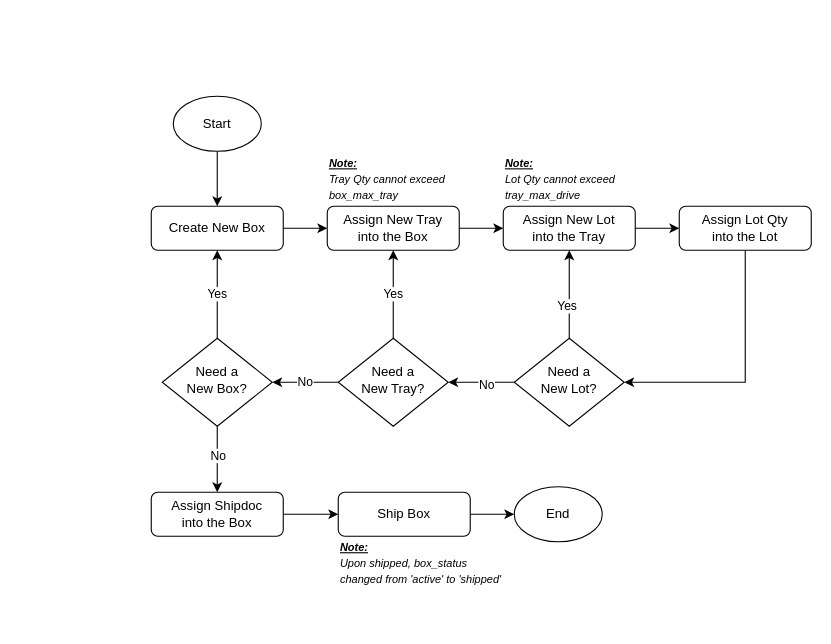
jiajunlee19/react-next-app-packing keeps this draw.io diagram as Misc/flowchart.drawio. Above is the earlier version. Source tidied: cells renumbered, new cells numbered last; positions are measured from the earlier drawing's top-left corner, leaving out a move shared by most shapes. Both pictures are drawn from the tidied source at 110%, with x=0, y=0 at pixel (151, 96).
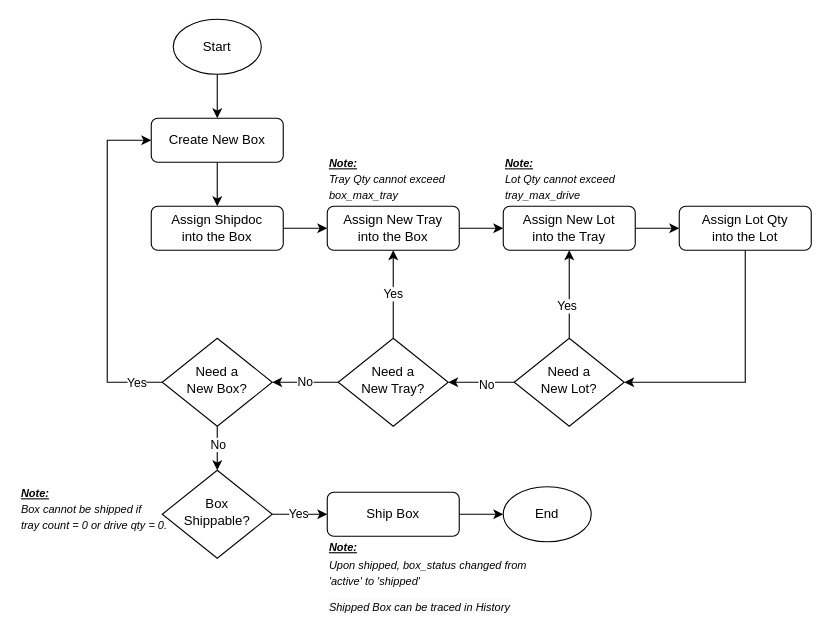
Above is the later version.

The change refers to these unchanged cells:
```xml
<mxCell id="7" value="Need a &lt;br&gt;New Box?" style="rhombus;whiteSpace=wrap;html=1;shadow=0;fontFamily=Helvetica;fontSize=12;align=center;strokeWidth=1;spacing=6;spacingTop=-4;" parent="1" vertex="1">
  <mxGeometry x="10" y="220" width="100" height="80" as="geometry" />
</mxCell>
<mxCell id="11" value="Assign New Tray &lt;br&gt;into the Box" style="rounded=1;whiteSpace=wrap;html=1;fontSize=12;glass=0;strokeWidth=1;shadow=0;" parent="1" vertex="1">
  <mxGeometry x="160" y="100" width="120" height="40" as="geometry" />
</mxCell>
```

Change to the diagram source:
```diff
@@
-    <mxCell id="2" style="edgeStyle=orthogonalEdgeStyle;rounded=0;jettySize=auto;html=1;" parent="1" edge="1" source="3" target="11">
-      <mxGeometry relative="1" as="geometry" />
-    </mxCell>
+    <mxCell id="32" style="edgeStyle=orthogonalEdgeStyle;rounded=0;jettySize=auto;html=1;" parent="1" edge="1" source="3" target="26">
+      <mxGeometry relative="1" as="geometry" />
+    </mxCell>
     <mxCell id="3" value="Create New Box" style="rounded=1;whiteSpace=wrap;html=1;fontSize=12;glass=0;strokeWidth=1;shadow=0;" parent="1" vertex="1">
-      <mxGeometry y="100" width="120" height="40" as="geometry" />
+      <mxGeometry y="20" width="120" height="40" as="geometry" />
     </mxCell>
-    <mxCell id="4" value="Yes" style="edgeStyle=orthogonalEdgeStyle;rounded=0;jettySize=auto;html=1;entryX=0.5;entryY=1;entryDx=0;entryDy=0;" parent="1" edge="1" source="7" target="3">
-      <mxGeometry relative="1" as="geometry" />
+    <mxCell id="4" style="edgeStyle=orthogonalEdgeStyle;rounded=0;jettySize=auto;html=1;entryX=0;entryY=0.5;entryDx=0;entryDy=0;" parent="1" edge="1" source="7" target="3">
+      <mxGeometry relative="1" as="geometry">
+        <Array as="points">
+          <mxPoint x="-40" y="260" />
+          <mxPoint x="-40" y="40" />
+        </Array>
+      </mxGeometry>
     </mxCell>
-    <mxCell id="5" style="edgeStyle=orthogonalEdgeStyle;rounded=0;jettySize=auto;html=1;" parent="1" edge="1" source="7" target="26">
-      <mxGeometry relative="1" as="geometry" />
-    </mxCell>
+    <mxCell id="33" value="Yes" style="edgeLabel;html=1;align=center;verticalAlign=middle;" parent="4" vertex="1">
+      <mxGeometry x="-0.87" y="-1" relative="1" as="geometry">
+        <mxPoint x="-4" y="1" as="offset" />
+      </mxGeometry>
+    </mxCell>
+    <mxCell id="34" style="edgeStyle=orthogonalEdgeStyle;rounded=0;jettySize=auto;html=1;" parent="1" edge="1" source="7" target="38">
+      <mxGeometry relative="1" as="geometry" />
+    </mxCell>
-    <mxCell id="6" value="No" style="edgeLabel;html=1;align=center;verticalAlign=middle;" parent="5" vertex="1">
-      <mxGeometry x="-0.13" relative="1" as="geometry" />
+    <mxCell id="6" value="No" style="edgeLabel;html=1;align=center;verticalAlign=middle;" parent="34" vertex="1">
+      <mxGeometry x="-0.19" relative="1" as="geometry" />
     </mxCell>
@@
     <mxCell id="9" value="Start" style="ellipse;whiteSpace=wrap;html=1;" parent="1" vertex="1">
-      <mxGeometry x="20" width="80" height="50" as="geometry" />
+      <mxGeometry x="20" y="-70" width="80" height="50" as="geometry" />
     </mxCell>
@@
     <mxCell id="19" value="End" style="ellipse;whiteSpace=wrap;html=1;" parent="1" vertex="1">
-      <mxGeometry x="330" y="355" width="80" height="50" as="geometry" />
+      <mxGeometry x="320" y="355" width="80" height="50" as="geometry" />
     </mxCell>
@@
-    <mxCell id="25" style="edgeStyle=orthogonalEdgeStyle;rounded=0;jettySize=auto;html=1;" parent="1" edge="1" source="26">
-      <mxGeometry relative="1" as="geometry">
-        <mxPoint x="170" y="380" as="targetPoint" />
-      </mxGeometry>
-    </mxCell>
+    <mxCell id="35" style="edgeStyle=orthogonalEdgeStyle;rounded=0;jettySize=auto;html=1;entryX=0;entryY=0.5;entryDx=0;entryDy=0;" parent="1" edge="1" source="26" target="11">
+      <mxGeometry relative="1" as="geometry" />
+    </mxCell>
     <mxCell id="26" value="Assign Shipdoc&lt;br&gt;into the Box" style="rounded=1;whiteSpace=wrap;html=1;fontSize=12;glass=0;strokeWidth=1;shadow=0;" parent="1" vertex="1">
-      <mxGeometry y="360" width="120" height="40" as="geometry" />
+      <mxGeometry y="100" width="120" height="40" as="geometry" />
     </mxCell>
@@
-    <mxCell id="29" value="&lt;i&gt;&lt;font style=&quot;font-size: 10px;&quot;&gt;&lt;u style=&quot;&quot;&gt;&lt;b&gt;Note: &lt;/b&gt;&lt;/u&gt;&lt;br&gt;Upon shipped, box_status changed from 'active' to 'shipped'&lt;br&gt;&lt;/font&gt;&lt;/i&gt;" style="text;html=1;strokeColor=none;fillColor=none;align=left;verticalAlign=middle;whiteSpace=wrap;rounded=0;" parent="1" vertex="1">
-      <mxGeometry x="170" y="399" width="150" height="50" as="geometry" />
+    <mxCell id="29" value="&lt;p style=&quot;line-height: 120%;&quot;&gt;&lt;i&gt;&lt;font style=&quot;font-size: 10px;&quot;&gt;&lt;u style=&quot;&quot;&gt;&lt;b&gt;Note: &lt;/b&gt;&lt;/u&gt;&lt;br&gt;Upon shipped, box_status changed from 'active' to 'shipped'&lt;br&gt;&lt;/font&gt;&lt;/i&gt;&lt;/p&gt;" style="text;html=1;strokeColor=none;fillColor=none;align=left;verticalAlign=middle;whiteSpace=wrap;rounded=0;" parent="1" vertex="1">
+      <mxGeometry x="160" y="390" width="200" height="71" as="geometry" />
     </mxCell>
@@
     <mxCell id="31" value="Ship Box" style="rounded=1;whiteSpace=wrap;html=1;fontSize=12;glass=0;strokeWidth=1;shadow=0;" parent="1" vertex="1">
-      <mxGeometry x="170" y="360" width="120" height="40" as="geometry" />
+      <mxGeometry x="160" y="360" width="120" height="40" as="geometry" />
     </mxCell>
+    <mxCell id="36" style="edgeStyle=orthogonalEdgeStyle;rounded=0;jettySize=auto;html=1;" parent="1" edge="1" source="38" target="31">
+      <mxGeometry relative="1" as="geometry" />
+    </mxCell>
+    <mxCell id="37" value="Yes" style="edgeLabel;html=1;align=center;verticalAlign=middle;" parent="36" vertex="1">
+      <mxGeometry x="-0.04" relative="1" as="geometry">
+        <mxPoint x="-1" y="-1" as="offset" />
+      </mxGeometry>
+    </mxCell>
+    <mxCell id="38" value="Box &lt;br&gt;Shippable?" style="rhombus;whiteSpace=wrap;html=1;shadow=0;fontFamily=Helvetica;fontSize=12;align=center;strokeWidth=1;spacing=6;spacingTop=-4;" parent="1" vertex="1">
+      <mxGeometry x="10" y="340" width="100" height="80" as="geometry" />
+    </mxCell>
+    <mxCell id="39" value="&lt;i&gt;&lt;font style=&quot;font-size: 10px;&quot;&gt;&lt;u style=&quot;&quot;&gt;&lt;b&gt;Note: &lt;/b&gt;&lt;/u&gt;&lt;br&gt;Box cannot be shipped if &lt;br&gt;tray count = 0 or drive qty = 0.&lt;br&gt;&lt;/font&gt;&lt;/i&gt;" style="text;html=1;strokeColor=none;fillColor=none;align=left;verticalAlign=middle;whiteSpace=wrap;rounded=0;" parent="1" vertex="1">
+      <mxGeometry x="-120" y="350" width="150" height="50" as="geometry" />
+    </mxCell>
+    <mxCell id="40" value="&lt;i style=&quot;border-color: var(--border-color); color: rgb(0, 0, 0); font-family: Helvetica; font-size: 12px; font-variant-ligatures: normal; font-variant-caps: normal; font-weight: 400; letter-spacing: normal; orphans: 2; text-align: left; text-indent: 0px; text-transform: none; widows: 2; word-spacing: 0px; -webkit-text-stroke-width: 0px; background-color: rgb(251, 251, 251); text-decoration-thickness: initial; text-decoration-style: initial; text-decoration-color: initial;&quot;&gt;&lt;font style=&quot;border-color: var(--border-color); font-size: 10px;&quot;&gt;Shipped Box can be traced in History&lt;/font&gt;&lt;/i&gt;" style="text;whiteSpace=wrap;html=1;" parent="1" vertex="1">
+      <mxGeometry x="160" y="450" width="200" height="30" as="geometry" />
+    </mxCell>
```
